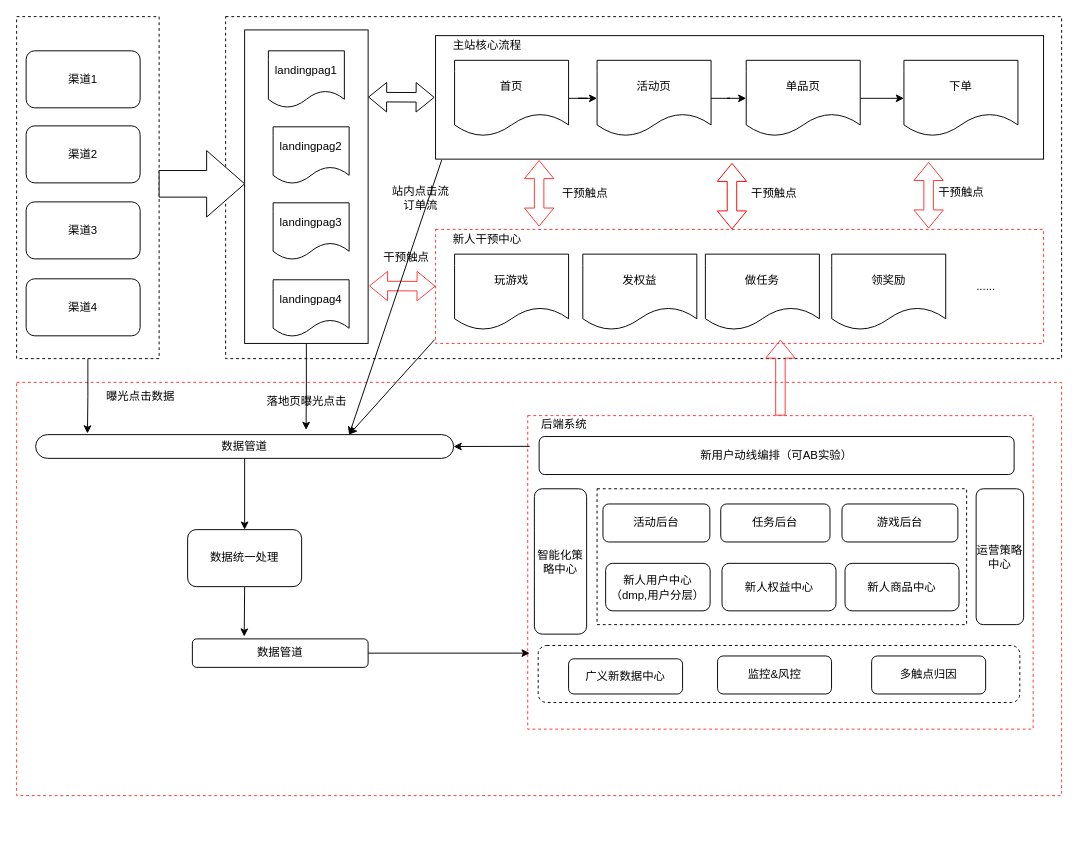
Before: Untitled Diagram.drawio in lishanlin/doc, a draw.io diagram. Source tidied: cells renumbered, new cells numbered last; positions are measured from the earlier drawing's top-left corner, leaving out a move shared by most shapes. Both pictures are drawn from the tidied source at 95%, with x=0, y=0 at pixel (16, 16).
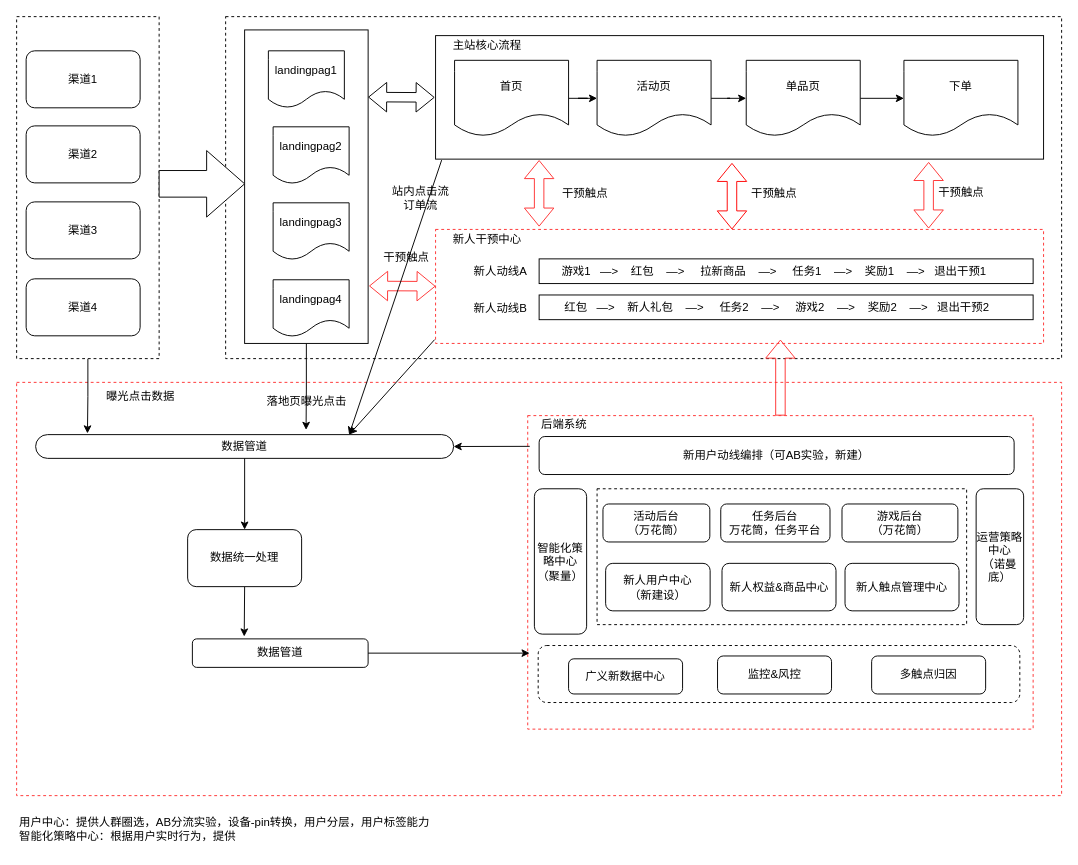
Above is the later version.

Diff of the diagram source:
```diff
@@
-    <mxCell id="25" value="玩游戏" style="shape=document;whiteSpace=wrap;html=1;boundedLbl=1;" parent="1" vertex="1">
-      <mxGeometry x="461" y="250" width="120" height="80" as="geometry" />
-    </mxCell>
-    <mxCell id="26" value="发权益" style="shape=document;whiteSpace=wrap;html=1;boundedLbl=1;" parent="1" vertex="1">
-      <mxGeometry x="596" y="250" width="120" height="80" as="geometry" />
-    </mxCell>
-    <mxCell id="27" value="做任务" style="shape=document;whiteSpace=wrap;html=1;boundedLbl=1;" parent="1" vertex="1">
-      <mxGeometry x="725" y="250" width="120" height="80" as="geometry" />
-    </mxCell>
-    <mxCell id="28" value="领奖励" style="shape=document;whiteSpace=wrap;html=1;boundedLbl=1;" parent="1" vertex="1">
-      <mxGeometry x="858" y="250" width="120" height="80" as="geometry" />
-    </mxCell>
-    <mxCell id="29" value="......" style="text;html=1;align=center;verticalAlign=middle;strokeColor=none;fillColor=none;" parent="1" vertex="1">
-      <mxGeometry x="1000" y="269" width="40" height="30" as="geometry" />
-    </mxCell>
@@
-    <mxCell id="53" value="智能化策略中心" style="rounded=1;whiteSpace=wrap;html=1;" parent="1" vertex="1">
+    <mxCell id="53" value="智能化策略中心&lt;br&gt;（聚量）" style="rounded=1;whiteSpace=wrap;html=1;" parent="1" vertex="1">
       <mxGeometry x="545" y="497" width="55" height="153" as="geometry" />
     </mxCell>
@@
-    <mxCell id="55" value="活动后台" style="rounded=1;whiteSpace=wrap;html=1;" parent="1" vertex="1">
+    <mxCell id="55" value="活动后台&lt;br&gt;（万花筒）" style="rounded=1;whiteSpace=wrap;html=1;" parent="1" vertex="1">
       <mxGeometry x="617.2" y="513" width="112.5" height="40" as="geometry" />
     </mxCell>
@@
-    <mxCell id="58" value="运营策略中心" style="rounded=1;whiteSpace=wrap;html=1;" parent="1" vertex="1">
+    <mxCell id="58" value="运营策略中心&lt;br&gt;（诺曼底）" style="rounded=1;whiteSpace=wrap;html=1;" parent="1" vertex="1">
       <mxGeometry x="1010" y="497" width="50" height="143" as="geometry" />
     </mxCell>
-    <mxCell id="59" value="新人用户中心&lt;br&gt;（dmp,用户分层）" style="rounded=1;whiteSpace=wrap;html=1;" parent="1" vertex="1">
+    <mxCell id="59" value="新人用户中心&lt;br&gt;（新建设）" style="rounded=1;whiteSpace=wrap;html=1;" parent="1" vertex="1">
       <mxGeometry x="620" y="575.5" width="110" height="50" as="geometry" />
     </mxCell>
-    <mxCell id="60" value="新人权益中心" style="rounded=1;whiteSpace=wrap;html=1;" parent="1" vertex="1">
+    <mxCell id="60" value="新人权益&amp;amp;商品中心" style="rounded=1;whiteSpace=wrap;html=1;" parent="1" vertex="1">
       <mxGeometry x="742.5" y="575.5" width="120" height="50" as="geometry" />
     </mxCell>
-    <mxCell id="61" value="新人商品中心" style="rounded=1;whiteSpace=wrap;html=1;" parent="1" vertex="1">
+    <mxCell id="61" value="新人触点管理中心" style="rounded=1;whiteSpace=wrap;html=1;" parent="1" vertex="1">
       <mxGeometry x="872" y="575.5" width="120" height="50" as="geometry" />
     </mxCell>
-    <mxCell id="62" value="任务后台" style="rounded=1;whiteSpace=wrap;html=1;" parent="1" vertex="1">
+    <mxCell id="62" value="任务后台&lt;br&gt;万花筒，任务平台" style="rounded=1;whiteSpace=wrap;html=1;" parent="1" vertex="1">
       <mxGeometry x="741.2" y="513" width="115" height="40" as="geometry" />
     </mxCell>
-    <mxCell id="63" value="游戏后台" style="rounded=1;whiteSpace=wrap;html=1;" parent="1" vertex="1">
+    <mxCell id="63" value="游戏后台&lt;br&gt;（万花筒）" style="rounded=1;whiteSpace=wrap;html=1;" parent="1" vertex="1">
       <mxGeometry x="868.8" y="513" width="122" height="40" as="geometry" />
     </mxCell>
-    <mxCell id="64" value="新用户动线编排（可AB实验）" style="rounded=1;whiteSpace=wrap;html=1;" parent="1" vertex="1">
+    <mxCell id="64" value="新用户动线编排（可AB实验，新建）" style="rounded=1;whiteSpace=wrap;html=1;" parent="1" vertex="1">
       <mxGeometry x="550" y="442" width="500" height="40" as="geometry" />
     </mxCell>
@@
+    <mxCell id="71" value="用户中心：提供人群圈选，AB分流实验，设备-pin转换，用户分层，用户标签能力&lt;br&gt;智能化策略中心：根据用户实时行为，提供" style="text;html=1;align=left;verticalAlign=middle;strokeColor=none;fillColor=none;" parent="1" vertex="1">
+      <mxGeometry x="1" y="835" width="460" height="40" as="geometry" />
+    </mxCell>
+    <mxCell id="72" style="rounded=0;whiteSpace=wrap;html=1;strokeColor=#000000;" parent="1" vertex="1">
+      <mxGeometry x="550" y="255" width="520" height="26" as="geometry" />
+    </mxCell>
+    <mxCell id="73" style="rounded=0;whiteSpace=wrap;html=1;strokeColor=#000000;" parent="1" vertex="1">
+      <mxGeometry x="550" y="293" width="520" height="26" as="geometry" />
+    </mxCell>
+    <mxCell id="74" value="新人动线A" style="text;html=1;align=center;verticalAlign=middle;strokeColor=none;fillColor=none;" parent="1" vertex="1">
+      <mxGeometry x="469" y="253" width="80" height="30" as="geometry" />
+    </mxCell>
+    <mxCell id="75" value="新人动线B" style="text;html=1;align=center;verticalAlign=middle;strokeColor=none;fillColor=none;" parent="1" vertex="1">
+      <mxGeometry x="469" y="292" width="80" height="30" as="geometry" />
+    </mxCell>
+    <mxCell id="76" value="游戏1&amp;nbsp; &amp;nbsp;—&amp;gt;&amp;nbsp; &amp;nbsp; 红包&amp;nbsp; &amp;nbsp; —&amp;gt;&amp;nbsp; &amp;nbsp; &amp;nbsp;拉新商品&amp;nbsp; &amp;nbsp; —&amp;gt;&amp;nbsp; &amp;nbsp; &amp;nbsp;任务1&amp;nbsp; &amp;nbsp; —&amp;gt;&amp;nbsp; &amp;nbsp; 奖励1&amp;nbsp; &amp;nbsp; —&amp;gt;&amp;nbsp; &amp;nbsp;退出干预1" style="text;html=1;align=center;verticalAlign=middle;strokeColor=none;fillColor=none;" parent="1" vertex="1">
+      <mxGeometry x="561.7" y="253" width="470" height="30" as="geometry" />
+    </mxCell>
+    <mxCell id="77" value="红包&amp;nbsp; &amp;nbsp;—&amp;gt;&amp;nbsp; &amp;nbsp; 新人礼包&amp;nbsp; &amp;nbsp; —&amp;gt;&amp;nbsp; &amp;nbsp; &amp;nbsp;任务2&amp;nbsp; &amp;nbsp; —&amp;gt;&amp;nbsp; &amp;nbsp; &amp;nbsp;游戏2&amp;nbsp; &amp;nbsp; —&amp;gt;&amp;nbsp; &amp;nbsp; 奖励2&amp;nbsp; &amp;nbsp; —&amp;gt;&amp;nbsp; &amp;nbsp;退出干预2" style="text;html=1;align=center;verticalAlign=middle;strokeColor=none;fillColor=none;" parent="1" vertex="1">
+      <mxGeometry x="565" y="291" width="470" height="30" as="geometry" />
+    </mxCell>
```
